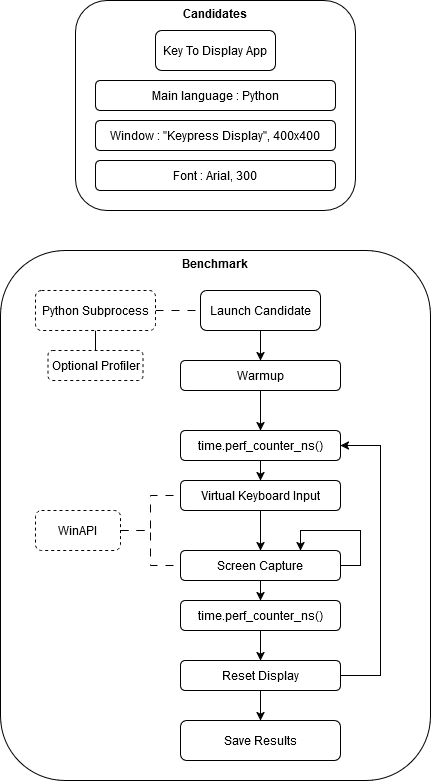
delcourtfl/kdlab keeps this draw.io diagram as res/kdlab.drawio.png. Above is the earlier version. Source tidied: cells renumbered, new cells last; positions are measured from the earlier drawing's top-left corner, leaving out a move shared by most shapes.
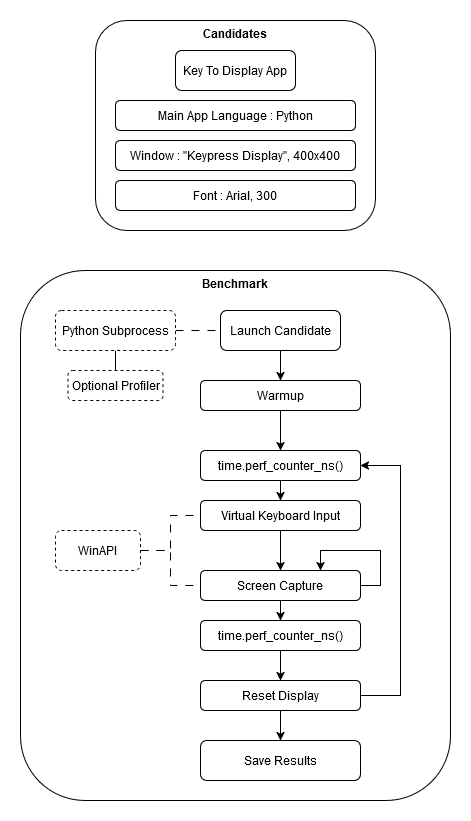
The same file after the commit.

The edit, as a diff of the source:
```diff
@@ -32,7 +32,7 @@
     <mxCell id="11" value="Window : &quot;Keypress Display&quot;, 400x400" style="rounded=1;whiteSpace=wrap;html=1;" parent="1" vertex="1">
       <mxGeometry x="95" y="120" width="240" height="30" as="geometry" />
     </mxCell>
-    <mxCell id="12" value="Main language : Python" style="rounded=1;whiteSpace=wrap;html=1;" parent="1" vertex="1">
+    <mxCell id="12" value="Main App Language : Python" style="rounded=1;whiteSpace=wrap;html=1;" parent="1" vertex="1">
       <mxGeometry x="95" y="80" width="240" height="30" as="geometry" />
     </mxCell>
     <mxCell id="13" style="edgeStyle=orthogonalEdgeStyle;rounded=0;jettySize=auto;html=1;exitX=0.5;exitY=1;exitDx=0;exitDy=0;entryX=0.5;entryY=0;entryDx=0;entryDy=0;strokeWidth=1;" parent="1" edge="1" source="14" target="30">
```
